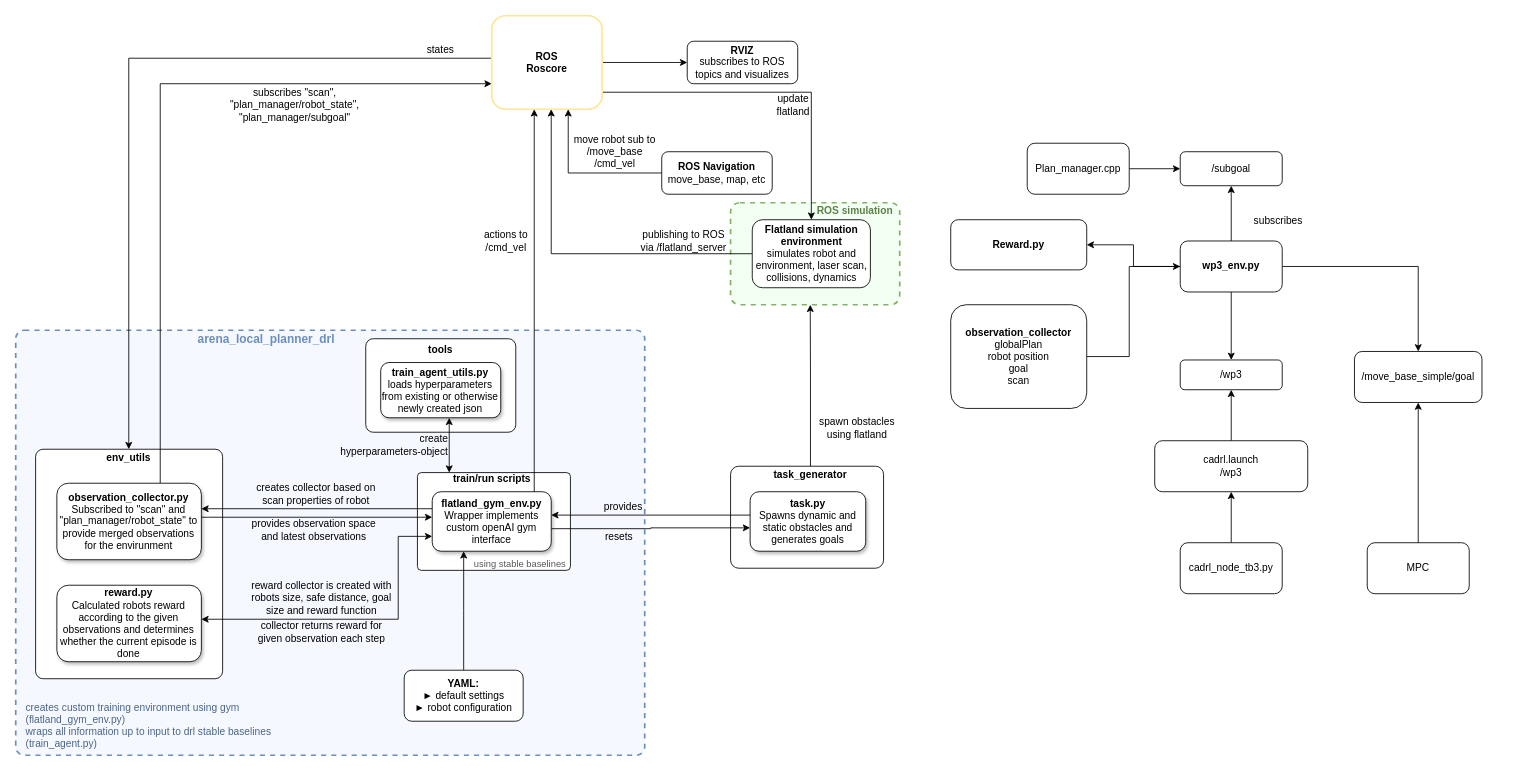
ignc-research/arena-rosnav keeps this draw.io diagram as docs/workflow/workflow-diagram.drawio. Above is the earlier version. Source tidied: cells renumbered, new cells numbered last; positions are measured from the earlier drawing's top-left corner, leaving out a move shared by most shapes. Both pictures are drawn from the tidied source at 85%, with x=0, y=0 at pixel (15, 15).
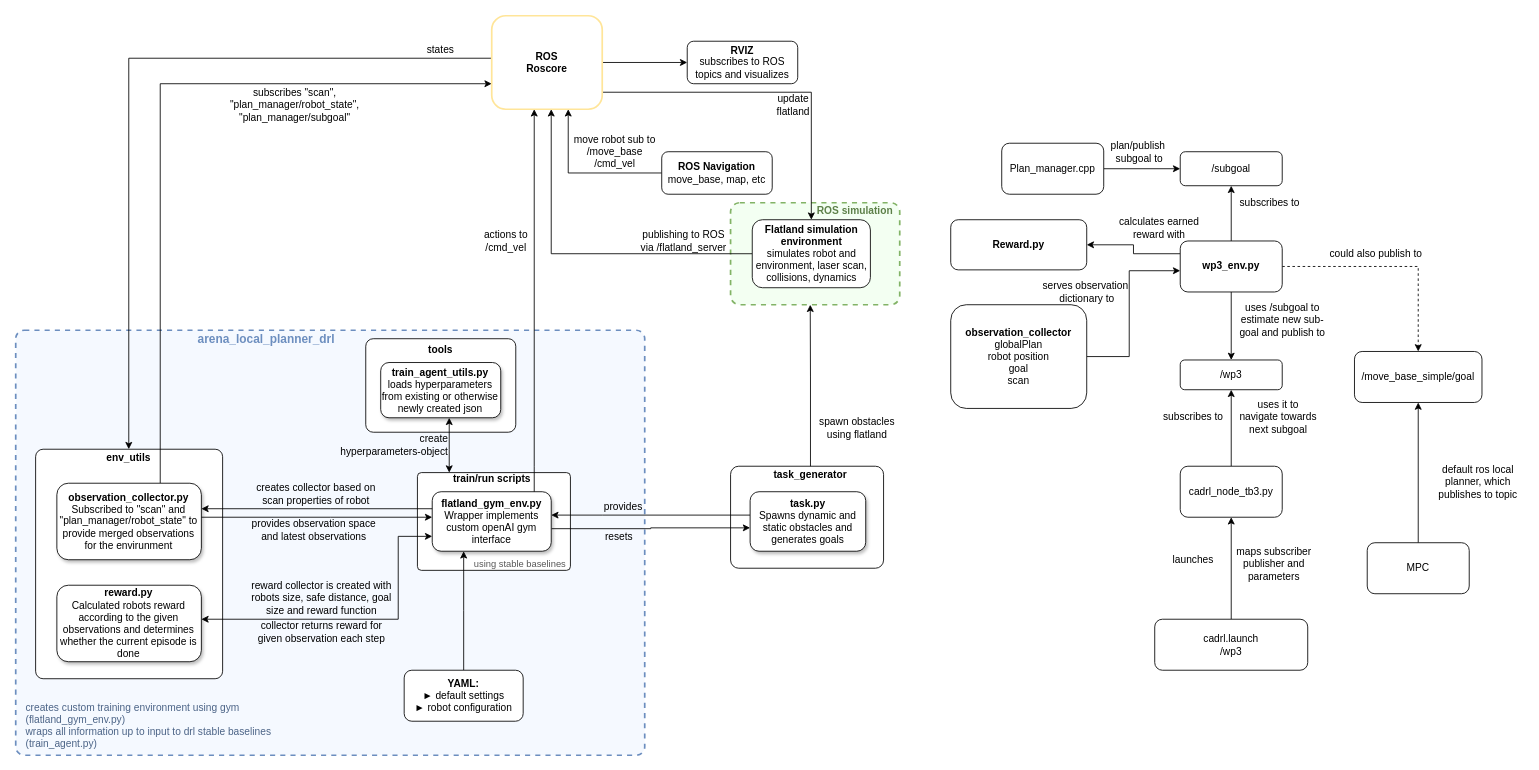
The same page after the edit.

The change refers to these unchanged cells:
```xml
<mxCell id="10" value="&lt;b&gt;wp3_env.py&lt;/b&gt;" style="rounded=1;whiteSpace=wrap;html=1;" parent="1" vertex="1">
  <mxGeometry x="1370" y="265" width="120" height="60" as="geometry" />
</mxCell>
<mxCell id="11" value="/wp3" style="rounded=1;whiteSpace=wrap;html=1;" parent="1" vertex="1">
  <mxGeometry x="1370" y="405" width="120" height="35" as="geometry" />
</mxCell>
<mxCell id="19" value="&lt;span&gt;/move_base_simple/goal&lt;/span&gt;" style="rounded=1;whiteSpace=wrap;html=1;" parent="1" vertex="1">
  <mxGeometry x="1575" y="395" width="150" height="60" as="geometry" />
</mxCell>
<mxCell id="20" value="&lt;b&gt;observation_collector&lt;/b&gt;&lt;br&gt;globalPlan&lt;br&gt;robot position&lt;br&gt;goal&lt;br&gt;scan" style="rounded=1;whiteSpace=wrap;html=1;" parent="1" vertex="1">
  <mxGeometry x="1100" y="340" width="160" height="122" as="geometry" />
</mxCell>
<mxCell id="21" value="&lt;b&gt;Reward.py&lt;/b&gt;" style="rounded=1;whiteSpace=wrap;html=1;" parent="1" vertex="1">
  <mxGeometry x="1100" y="240" width="160" height="59" as="geometry" />
</mxCell>
```

Diff of the diagram source:
```diff
@@
     <mxCell id="3" value="Plan_manager.cpp" style="rounded=1;whiteSpace=wrap;html=1;" parent="1" vertex="1">
-      <mxGeometry x="1190" y="150" width="120" height="60" as="geometry" />
+      <mxGeometry x="1160" y="150" width="120" height="60" as="geometry" />
     </mxCell>
@@
-    <mxCell id="7" style="edgeStyle=orthogonalEdgeStyle;rounded=0;jettySize=auto;html=1;entryX=0.5;entryY=0;entryDx=0;entryDy=0;" parent="1" edge="1" source="10" target="19">
+    <mxCell id="7" style="edgeStyle=orthogonalEdgeStyle;rounded=0;jettySize=auto;html=1;entryX=0.5;entryY=0;entryDx=0;entryDy=0;dashed=1;" parent="1" edge="1" source="10" target="19">
       <mxGeometry relative="1" as="geometry" />
     </mxCell>
     <mxCell id="8" style="edgeStyle=orthogonalEdgeStyle;rounded=0;jettySize=auto;html=1;exitX=1;exitY=0.5;exitDx=0;exitDy=0;" parent="1" edge="1" source="20" target="10">
       <mxGeometry relative="1" as="geometry">
         <Array as="points">
           <mxPoint x="1310" y="401" />
-          <mxPoint x="1310" y="295" />
+          <mxPoint x="1310" y="300" />
         </Array>
       </mxGeometry>
     </mxCell>
     <mxCell id="9" style="edgeStyle=orthogonalEdgeStyle;rounded=0;jettySize=auto;html=1;entryX=1;entryY=0.5;entryDx=0;entryDy=0;" parent="1" edge="1" source="10" target="21">
-      <mxGeometry relative="1" as="geometry" />
+      <mxGeometry relative="1" as="geometry">
+        <Array as="points">
+          <mxPoint x="1315" y="280" />
+          <mxPoint x="1315" y="270" />
+        </Array>
+      </mxGeometry>
     </mxCell>
@@
-    <mxCell id="12" value="subscribes" style="text;html=1;align=center;verticalAlign=middle;" parent="1" vertex="1">
-      <mxGeometry x="1450" y="232" width="70" height="20" as="geometry" />
+    <mxCell id="12" value="subscribes to" style="text;html=1;align=center;verticalAlign=middle;" parent="1" vertex="1">
+      <mxGeometry x="1430" y="210" width="90" height="20" as="geometry" />
     </mxCell>
-    <mxCell id="13" style="edgeStyle=orthogonalEdgeStyle;rounded=0;jettySize=auto;html=1;" parent="1" edge="1" source="16" target="15">
-      <mxGeometry relative="1" as="geometry" />
-    </mxCell>
-    <mxCell id="14" style="edgeStyle=orthogonalEdgeStyle;rounded=0;jettySize=auto;html=1;" parent="1" edge="1" source="15" target="11">
-      <mxGeometry relative="1" as="geometry" />
-    </mxCell>
+    <mxCell id="75" style="edgeStyle=orthogonalEdgeStyle;rounded=0;jettySize=auto;html=1;exitX=0.5;exitY=0;exitDx=0;exitDy=0;entryX=0.5;entryY=1;entryDx=0;entryDy=0;" parent="1" edge="1" source="15" target="16">
+      <mxGeometry relative="1" as="geometry" />
+    </mxCell>
     <mxCell id="15" value="cadrl.launch&lt;br&gt;/wp3" style="rounded=1;whiteSpace=wrap;html=1;" parent="1" vertex="1">
-      <mxGeometry x="1340" y="500" width="180" height="60" as="geometry" />
+      <mxGeometry x="1340" y="710" width="180" height="60" as="geometry" />
     </mxCell>
+    <mxCell id="76" style="edgeStyle=orthogonalEdgeStyle;rounded=0;jettySize=auto;html=1;exitX=0.5;exitY=0;exitDx=0;exitDy=0;entryX=0.5;entryY=1;entryDx=0;entryDy=0;" parent="1" edge="1" source="16" target="11">
+      <mxGeometry relative="1" as="geometry" />
+    </mxCell>
     <mxCell id="16" value="cadrl_node_tb3.py" style="rounded=1;whiteSpace=wrap;html=1;" parent="1" vertex="1">
-      <mxGeometry x="1370" y="620" width="120" height="60" as="geometry" />
+      <mxGeometry x="1370" y="530" width="120" height="60" as="geometry" />
     </mxCell>
@@
+    <mxCell id="77" value="plan/publish&lt;br&gt;&amp;nbsp;subgoal to" style="text;html=1;align=center;verticalAlign=middle;" parent="1" vertex="1">
+      <mxGeometry x="1280" y="145" width="80" height="30" as="geometry" />
+    </mxCell>
+    <mxCell id="78" value="uses /subgoal to &lt;br&gt;estimate new sub-&lt;br&gt;goal and publish to" style="text;html=1;align=center;verticalAlign=middle;" parent="1" vertex="1">
+      <mxGeometry x="1430" y="333" width="120" height="50" as="geometry" />
+    </mxCell>
+    <mxCell id="79" value="calculates earned&lt;br&gt;reward with" style="text;html=1;align=center;verticalAlign=middle;" parent="1" vertex="1">
+      <mxGeometry x="1290" y="235" width="110" height="30" as="geometry" />
+    </mxCell>
+    <mxCell id="80" value="could also publish to" style="text;html=1;align=center;verticalAlign=middle;" parent="1" vertex="1">
+      <mxGeometry x="1540" y="270" width="120" height="20" as="geometry" />
+    </mxCell>
+    <mxCell id="81" value="subscribes to" style="text;html=1;align=center;verticalAlign=middle;" parent="1" vertex="1">
+      <mxGeometry x="1340" y="462" width="90" height="20" as="geometry" />
+    </mxCell>
+    <mxCell id="82" value="launches" style="text;html=1;align=center;verticalAlign=middle;" parent="1" vertex="1">
+      <mxGeometry x="1355" y="630" width="60" height="20" as="geometry" />
+    </mxCell>
+    <mxCell id="83" value="uses it to&lt;br&gt;navigate towards&lt;br&gt;next subgoal" style="text;html=1;align=center;verticalAlign=middle;" parent="1" vertex="1">
+      <mxGeometry x="1430" y="447" width="110" height="50" as="geometry" />
+    </mxCell>
+    <mxCell id="84" value="maps subscriber&lt;br&gt;publisher and&lt;br&gt;parameters" style="text;html=1;align=center;verticalAlign=middle;" parent="1" vertex="1">
+      <mxGeometry x="1430" y="620" width="100" height="50" as="geometry" />
+    </mxCell>
+    <mxCell id="85" value="serves observation&amp;nbsp;&lt;br&gt;dictionary to" style="text;html=1;align=center;verticalAlign=middle;" parent="1" vertex="1">
+      <mxGeometry x="1200" y="310" width="120" height="30" as="geometry" />
+    </mxCell>
+    <mxCell id="86" value="default ros local &lt;br&gt;planner, which&lt;br&gt;publishes to topic" style="text;html=1;align=center;verticalAlign=middle;" parent="1" vertex="1">
+      <mxGeometry x="1665" y="524" width="110" height="50" as="geometry" />
+    </mxCell>
```
